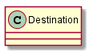
This is doc/technical/goto-service-arch.png from highstreeto/GoTo, a PlantUML export, as it was before one commit.
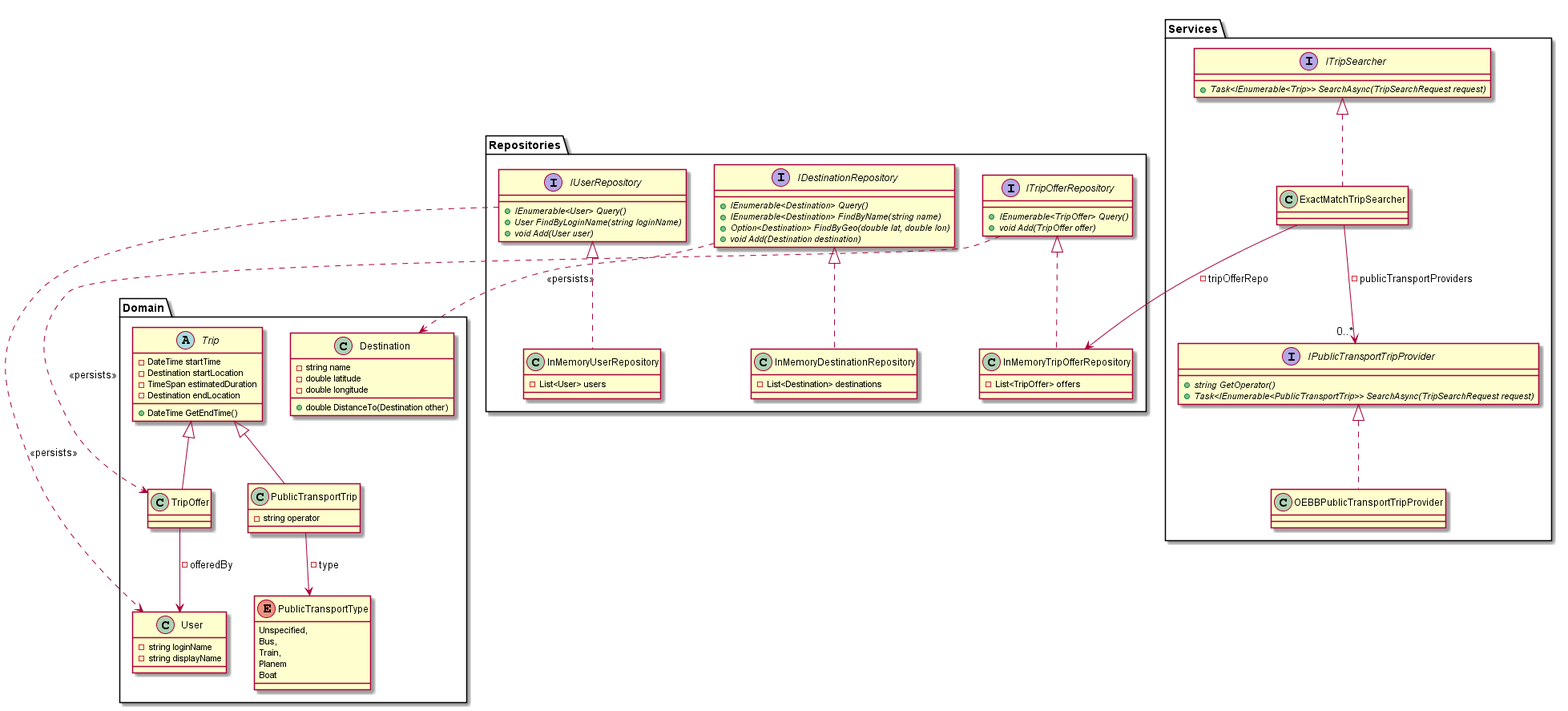
Above is the later version.

Diff of the diagram source:
```diff
@@ -1,7 +1,101 @@
-@startuml goto-service
+@startuml goto-service-arch
 
-class Destination {
+class Domain.Destination {
+    -string name
+    -double latitude
+    -double longitude
+    +double DistanceTo(Destination other)
 
 }
 
+abstract class Domain.Trip {
+    -DateTime startTime
+    -Destination startLocation
+    -TimeSpan estimatedDuration
+    -Destination endLocation
+
+    +DateTime GetEndTime()
+}
+
+class Domain.TripOffer {
+}
+Domain.Trip <|-- Domain.TripOffer
+Domain.TripOffer --> Domain.User : -offeredBy
+
+class Domain.PublicTransportTrip {
+    -string operator
+}
+Domain.Trip <|-- Domain.PublicTransportTrip
+Domain.PublicTransportTrip --> Domain.PublicTransportType : -type
+
+enum Domain.PublicTransportType {
+    Unspecified,
+    Bus,
+    Train,
+    Planem
+    Boat
+}
+
+class Domain.User {
+    -string loginName
+    -string displayName
+}
+
+interface Repositories.IDestinationRepository {
+    +{abstract} IEnumerable<Destination> Query()
+    +{abstract} IEnumerable<Destination> FindByName(string name)
+    +{abstract} Option<Destination> FindByGeo(double lat, double lon)
+    +{abstract} void Add(Destination destination)
+}
+Repositories.IDestinationRepository ..> Domain.Destination : <<persists>>
+
+class Repositories.InMemoryDestinationRepository {
+    -List<Destination> destinations
+}
+Repositories.IDestinationRepository <|.. Repositories.InMemoryDestinationRepository
+
+interface Repositories.ITripOfferRepository {
+    +{abstract} IEnumerable<TripOffer> Query()
+    +{abstract} void Add(TripOffer offer)
+}
+Repositories.ITripOfferRepository ..> Domain.TripOffer : <<persists>>
+
+class Repositories.InMemoryTripOfferRepository {
+    -List<TripOffer> offers
+}
+Repositories.ITripOfferRepository <|.. Repositories.InMemoryTripOfferRepository
+
+interface Repositories.IUserRepository {
+    +{abstract} IEnumerable<User> Query()
+    +{abstract} User FindByLoginName(string loginName)
+    +{abstract} void Add(User user)
+}
+Repositories.IUserRepository ..> Domain.User : <<persists>>
+
+class Repositories.InMemoryUserRepository {
+    -List<User> users
+}
+Repositories.IUserRepository <|.. Repositories.InMemoryUserRepository
+
+interface Services.ITripSearcher {
+    +{abstract} Task<IEnumerable<Trip>> SearchAsync(TripSearchRequest request)
+}
+
+class Services.ExactMatchTripSearcher {
+
+}
+Services.ITripSearcher <|.. Services.ExactMatchTripSearcher
+Services.ExactMatchTripSearcher --> Repositories.InMemoryTripOfferRepository : -tripOfferRepo
+Services.ExactMatchTripSearcher --> "0..*" Services.IPublicTransportTripProvider : -publicTransportProviders
+
+interface Services.IPublicTransportTripProvider {
+    +{abstract} string GetOperator()
+    +{abstract} Task<IEnumerable<PublicTransportTrip>> SearchAsync(TripSearchRequest request)
+}
+
+class Services.OEBBPublicTransportTripProvider {
+
+}
+Services.IPublicTransportTripProvider <|.. Services.OEBBPublicTransportTripProvider
+
 @enduml
```
